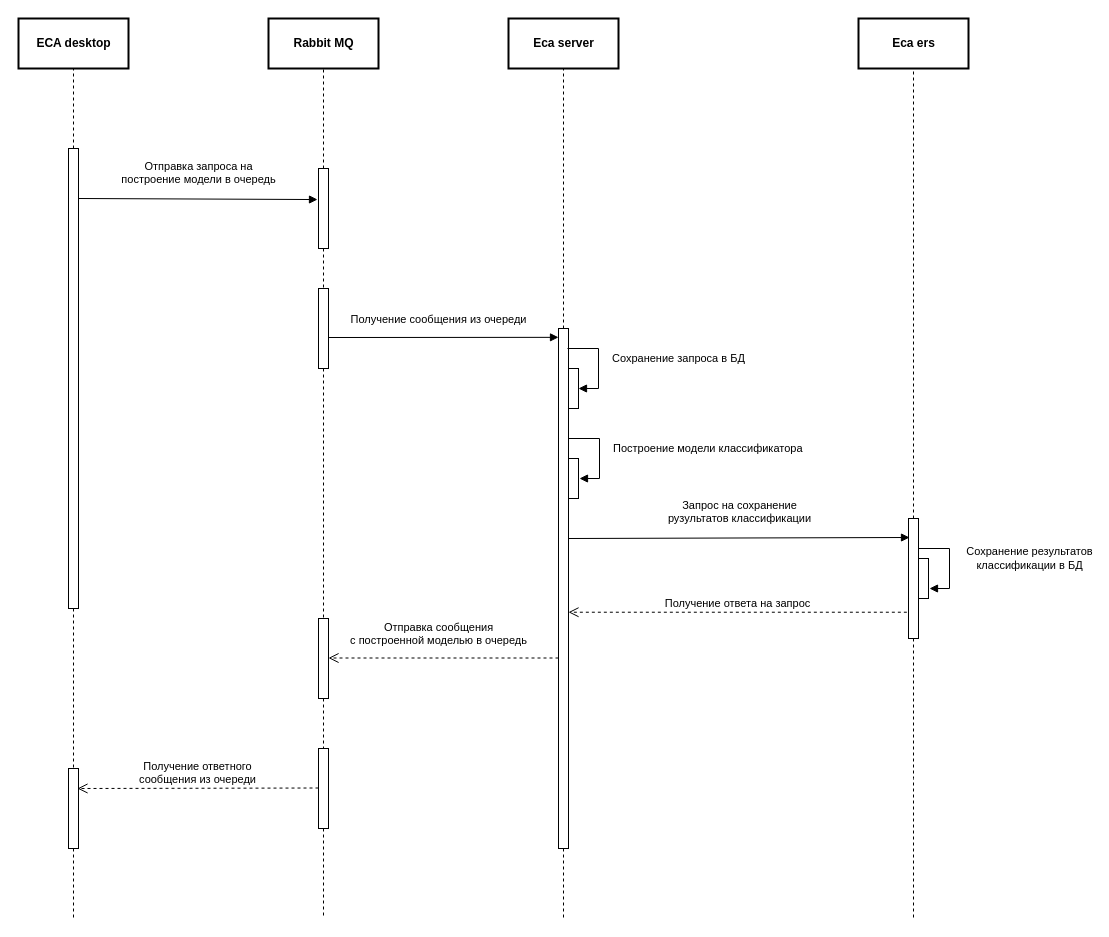
This is doc/schemas/Evaluation request sequence.drawio from Stonnos/eca-service, a draw.io file, before an edit. Source tidied: cells renumbered, new cells numbered last; positions are measured from the earlier drawing's top-left corner, leaving out a move shared by most shapes. Both pictures are drawn from the tidied source at 100%, with x=0, y=0 at pixel (18, 18).
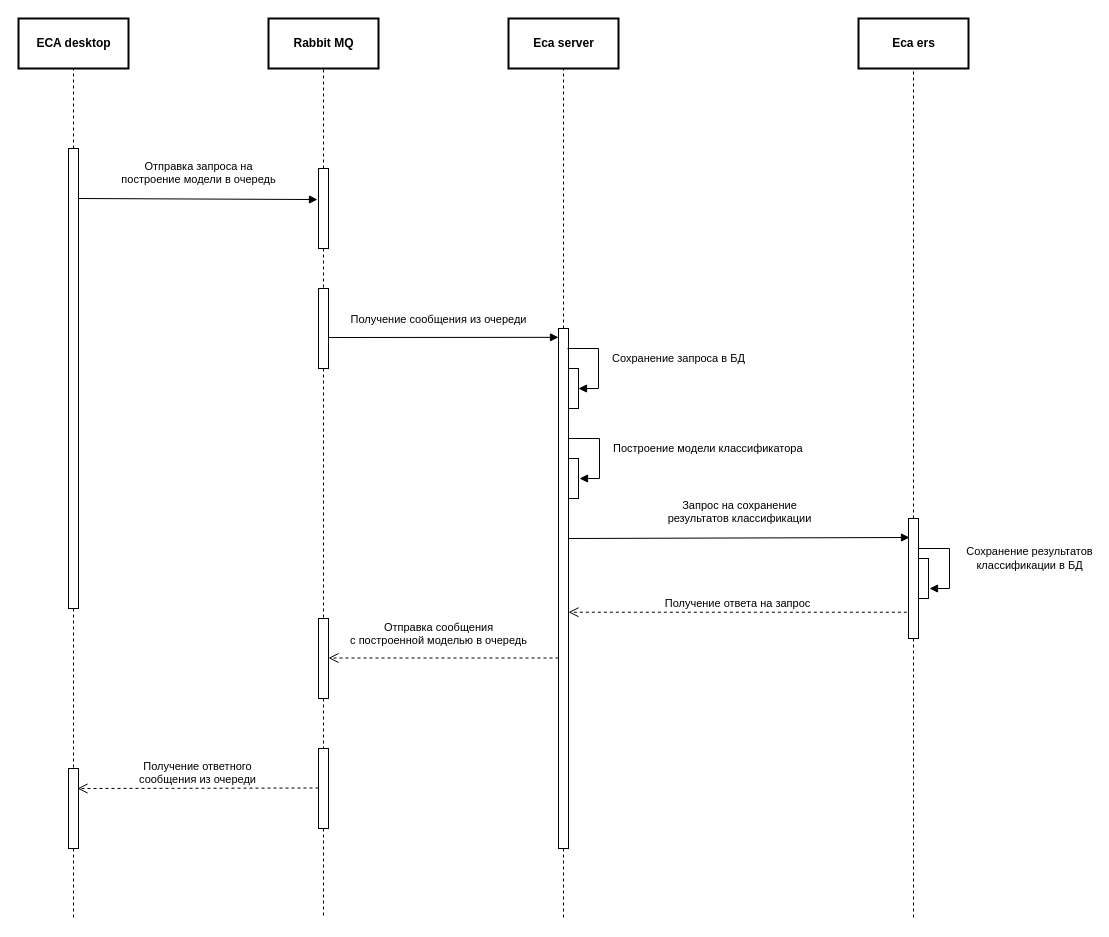
After the change.

What changed in the source:
```diff
@@
-    <mxCell id="25" value="&lt;font style=&quot;font-size: 11px&quot;&gt;Запрос на сохранение&lt;br&gt;рузультатов классификации&lt;/font&gt;" style="html=1;verticalAlign=bottom;endArrow=block;strokeColor=#000000;" parent="1" edge="1">
+    <mxCell id="25" value="&lt;font style=&quot;font-size: 11px&quot;&gt;Запрос на сохранение&lt;br&gt;результатов классификации&lt;/font&gt;" style="html=1;verticalAlign=bottom;endArrow=block;strokeColor=#000000;" parent="1" edge="1">
       <mxGeometry y="10" relative="1" as="geometry">
         <mxPoint x="550" y="520" as="sourcePoint" />
         <mxPoint x="891" y="519" as="targetPoint" />
       </mxGeometry>
     </mxCell>
```
